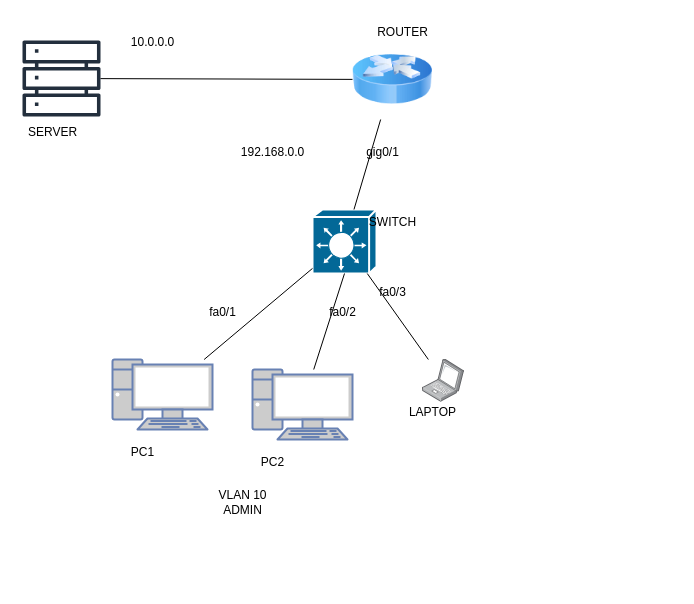
The draw.io diagram Untitled Diagram.drawio in KIPRONOZEPH/Engineer, before the edit. Source tidied: cells renumbered, new cells numbered last; positions are measured from the earlier drawing's top-left corner, leaving out a move shared by most shapes. Both pictures are drawn from the tidied source at 100%, with x=0, y=0 at pixel (17, 17).
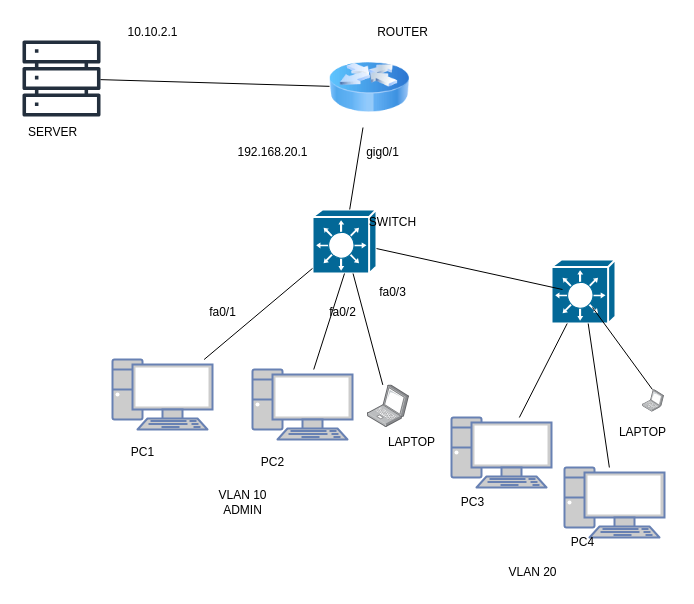
The same diagram, later.

The change refers to these unchanged cells:
```xml
<mxCell id="3" style="shape=mxgraph.cisco.switches.layer_3_switch;html=1;dashed=0;fillColor=#036897;strokeColor=#ffffff;strokeWidth=2;verticalLabelPosition=bottom;verticalAlign=top;align=center;outlineConnect=0;" parent="1" vertex="1">
  <mxGeometry x="295" y="192" width="64" height="64" as="geometry" />
</mxCell>
```

What changed in the source:
```diff
@@
     <mxCell id="4" style="image;html=1;image=img/lib/clip_art/networking/Router_Icon_128x128.png;" parent="1" vertex="1">
-      <mxGeometry x="335" y="22" width="80" height="80" as="geometry" />
+      <mxGeometry x="312" y="30" width="80" height="80" as="geometry" />
     </mxCell>
@@
     <mxCell id="7" style="image;points=[];html=1;align=center;shadow=0;dashed=0;image=img/lib/allied_telesis/computer_and_terminals/Laptop.svg;" parent="1" vertex="1">
-      <mxGeometry x="405" y="342" width="42" height="42.6" as="geometry" />
+      <mxGeometry x="350" y="367.4" width="42" height="42.6" as="geometry" />
     </mxCell>
@@
     <mxCell id="18" value="LAPTOP" style="text;html=1;align=center;verticalAlign=middle;strokeColor=none;fillColor=none;" parent="1" vertex="1">
-      <mxGeometry x="380" y="380" width="70" height="30" as="geometry" />
+      <mxGeometry x="359" y="410" width="70" height="30" as="geometry" />
     </mxCell>
@@
-    <mxCell id="20" value="10.0.0.0" style="text;html=1;align=center;verticalAlign=middle;strokeColor=none;fillColor=none;" parent="1" vertex="1">
-      <mxGeometry x="100" y="10" width="70" height="30" as="geometry" />
-    </mxCell>
-    <mxCell id="21" value="192.168.0.0" style="text;html=1;align=center;verticalAlign=middle;strokeColor=none;fillColor=none;" parent="1" vertex="1">
+    <mxCell id="21" value="192.168.20.1" style="text;html=1;align=center;verticalAlign=middle;strokeColor=none;fillColor=none;" parent="1" vertex="1">
       <mxGeometry x="210" y="120" width="90" height="30" as="geometry" />
     </mxCell>
@@
+    <mxCell id="26" value="10.10.2.1" style="text;html=1;align=center;verticalAlign=middle;strokeColor=none;fillColor=none;" parent="1" vertex="1">
+      <mxGeometry x="100" width="70" height="30" as="geometry" />
+    </mxCell>
+    <mxCell id="27" style="image;points=[];html=1;align=center;shadow=0;dashed=0;image=img/lib/allied_telesis/computer_and_terminals/Laptop.svg;" parent="1" vertex="1">
+      <mxGeometry x="625" y="372.3" width="22" height="22.3" as="geometry" />
+    </mxCell>
+    <mxCell id="28" style="shape=mxgraph.cisco.switches.layer_3_switch;html=1;dashed=0;fillColor=#036897;strokeColor=#ffffff;strokeWidth=2;verticalLabelPosition=bottom;verticalAlign=top;align=center;outlineConnect=0;" parent="1" vertex="1">
+      <mxGeometry x="534" y="242" width="64" height="64" as="geometry" />
+    </mxCell>
+    <mxCell id="29" style="endArrow=none;html=1;rounded=0;" parent="1" edge="1" target="3">
+      <mxGeometry relative="1" as="geometry">
+        <mxPoint x="545" y="272" as="sourcePoint" />
+      </mxGeometry>
+    </mxCell>
+    <mxCell id="30" style="endArrow=none;html=1;rounded=0;exitX=0.5;exitY=1;exitDx=0;exitDy=0;exitPerimeter=0;entryX=0.451;entryY=-0.013;entryDx=0;entryDy=0;entryPerimeter=0;" parent="1" edge="1" target="27">
+      <mxGeometry relative="1" as="geometry">
+        <mxPoint x="575" y="290" as="sourcePoint" />
+      </mxGeometry>
+    </mxCell>
+    <mxCell id="31" value="LAPTOP" style="text;html=1;align=center;verticalAlign=middle;strokeColor=none;fillColor=none;" parent="1" vertex="1">
+      <mxGeometry x="590" y="400" width="70" height="30" as="geometry" />
+    </mxCell>
+    <mxCell id="32" style="fontColor=#0066CC;verticalAlign=top;verticalLabelPosition=bottom;labelPosition=center;align=center;html=1;outlineConnect=0;fillColor=#CCCCCC;strokeColor=#6881B3;gradientColor=none;gradientDirection=north;strokeWidth=2;shape=mxgraph.networks.pc;" parent="1" vertex="1">
+      <mxGeometry x="547" y="450" width="100" height="70" as="geometry" />
+    </mxCell>
+    <mxCell id="33" style="fontColor=#0066CC;verticalAlign=top;verticalLabelPosition=bottom;labelPosition=center;align=center;html=1;outlineConnect=0;fillColor=#CCCCCC;strokeColor=#6881B3;gradientColor=none;gradientDirection=north;strokeWidth=2;shape=mxgraph.networks.pc;" parent="1" vertex="1">
+      <mxGeometry x="434" y="400" width="100" height="70" as="geometry" />
+    </mxCell>
+    <mxCell id="34" style="endArrow=none;html=1;rounded=0;" parent="1" edge="1" source="32" target="28">
+      <mxGeometry relative="1" as="geometry" />
+    </mxCell>
+    <mxCell id="35" style="endArrow=none;html=1;rounded=0;" parent="1" edge="1" source="33" target="28">
+      <mxGeometry relative="1" as="geometry" />
+    </mxCell>
+    <mxCell id="36" value="PC3" style="text;html=1;align=center;verticalAlign=middle;strokeColor=none;fillColor=none;" parent="1" vertex="1">
+      <mxGeometry x="430" y="470" width="50" height="30" as="geometry" />
+    </mxCell>
+    <mxCell id="37" value="PC4" style="text;html=1;align=center;verticalAlign=middle;strokeColor=none;fillColor=none;" parent="1" vertex="1">
+      <mxGeometry x="540" y="510" width="50" height="30" as="geometry" />
+    </mxCell>
+    <mxCell id="38" value="VLAN 20" style="text;html=1;align=center;verticalAlign=middle;strokeColor=none;fillColor=none;" parent="1" vertex="1">
+      <mxGeometry x="480" y="540" width="70" height="30" as="geometry" />
+    </mxCell>
```
